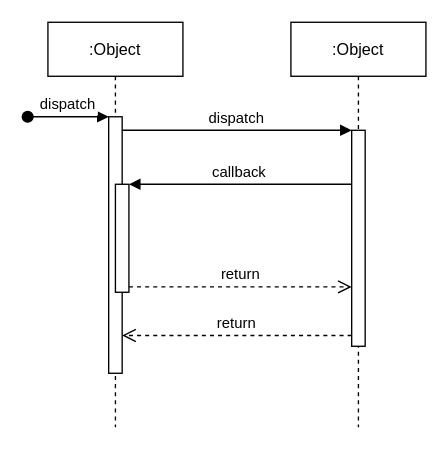
This is Untitled Diagram.drawio from satrioaw/sipas, a draw.io file, before an edit. Source tidied: cells renumbered, new cells numbered last; positions are measured from the earlier drawing's top-left corner, leaving out a move shared by most shapes. Both pictures are drawn from the tidied source at 135%, with x=0, y=0 at pixel (27, 22).
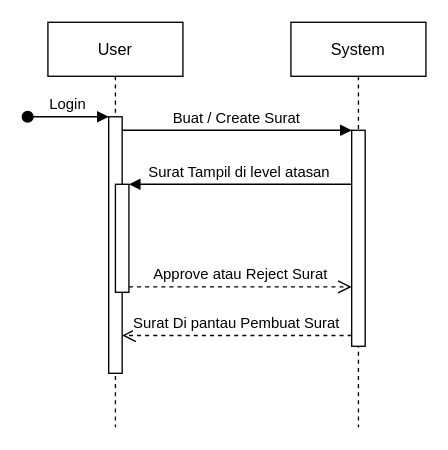
The same diagram, later.

What changed in the source:
```diff
@@
 <mxGraphModel>
   <root>
     <mxCell id="0" />
     <mxCell id="1" parent="0" />
-    <mxCell id="2" value=":Object" style="shape=umlLifeline;perimeter=lifelinePerimeter;rounded=0;shadow=0;strokeWidth=1;" parent="1" vertex="1">
+    <mxCell id="2" value="User" style="shape=umlLifeline;perimeter=lifelinePerimeter;rounded=0;shadow=0;strokeWidth=1;" parent="1" vertex="1">
       <mxGeometry x="15" width="100" height="300" as="geometry" />
     </mxCell>
     <mxCell id="3" style="points=[];perimeter=orthogonalPerimeter;rounded=0;shadow=0;strokeWidth=1;" parent="2" vertex="1">
       <mxGeometry x="45" y="70" width="10" height="190" as="geometry" />
     </mxCell>
-    <mxCell id="4" value="dispatch" style="verticalAlign=bottom;startArrow=oval;endArrow=block;startSize=8;shadow=0;strokeWidth=1;" parent="2" edge="1" target="3">
+    <mxCell id="4" value="Login" style="verticalAlign=bottom;startArrow=oval;endArrow=block;startSize=8;shadow=0;strokeWidth=1;" parent="2" edge="1" target="3">
       <mxGeometry relative="1" as="geometry">
         <mxPoint x="-15" y="70" as="sourcePoint" />
       </mxGeometry>
     </mxCell>
     <mxCell id="5" style="points=[];perimeter=orthogonalPerimeter;rounded=0;shadow=0;strokeWidth=1;" parent="2" vertex="1">
       <mxGeometry x="50" y="120" width="10" height="80" as="geometry" />
     </mxCell>
-    <mxCell id="6" value=":Object" style="shape=umlLifeline;perimeter=lifelinePerimeter;rounded=0;shadow=0;strokeWidth=1;" parent="1" vertex="1">
+    <mxCell id="6" value="System" style="shape=umlLifeline;perimeter=lifelinePerimeter;rounded=0;shadow=0;strokeWidth=1;" parent="1" vertex="1">
       <mxGeometry x="195" width="100" height="300" as="geometry" />
     </mxCell>
     <mxCell id="7" style="points=[];perimeter=orthogonalPerimeter;rounded=0;shadow=0;strokeWidth=1;" parent="6" vertex="1">
       <mxGeometry x="45" y="80" width="10" height="160" as="geometry" />
     </mxCell>
-    <mxCell id="8" value="return" style="verticalAlign=bottom;endArrow=open;dashed=1;endSize=8;exitX=0;exitY=0.95;shadow=0;strokeWidth=1;" parent="1" edge="1" source="7" target="3">
+    <mxCell id="8" value="Surat Di pantau Pembuat Surat" style="verticalAlign=bottom;endArrow=open;dashed=1;endSize=8;exitX=0;exitY=0.95;shadow=0;strokeWidth=1;" parent="1" edge="1" source="7" target="3">
       <mxGeometry relative="1" as="geometry" />
     </mxCell>
-    <mxCell id="9" value="dispatch" style="verticalAlign=bottom;endArrow=block;entryX=0;entryY=0;shadow=0;strokeWidth=1;" parent="1" edge="1" source="3" target="7">
+    <mxCell id="9" value="Buat / Create Surat" style="verticalAlign=bottom;endArrow=block;entryX=0;entryY=0;shadow=0;strokeWidth=1;" parent="1" edge="1" source="3" target="7">
       <mxGeometry relative="1" as="geometry" />
     </mxCell>
-    <mxCell id="10" value="callback" style="verticalAlign=bottom;endArrow=block;entryX=1;entryY=0;shadow=0;strokeWidth=1;" parent="1" edge="1" source="7" target="5">
+    <mxCell id="10" value="Surat Tampil di level atasan" style="verticalAlign=bottom;endArrow=block;entryX=1;entryY=0;shadow=0;strokeWidth=1;" parent="1" edge="1" source="7" target="5">
       <mxGeometry relative="1" as="geometry" />
     </mxCell>
-    <mxCell id="11" value="return" style="verticalAlign=bottom;endArrow=open;dashed=1;endSize=8;exitX=1;exitY=0.95;shadow=0;strokeWidth=1;" parent="1" edge="1" source="5" target="7">
+    <mxCell id="11" value="Approve atau Reject Surat" style="verticalAlign=bottom;endArrow=open;dashed=1;endSize=8;exitX=1;exitY=0.95;shadow=0;strokeWidth=1;" parent="1" edge="1" source="5" target="7">
       <mxGeometry relative="1" as="geometry" />
     </mxCell>
   </root>
 </mxGraphModel>
```
